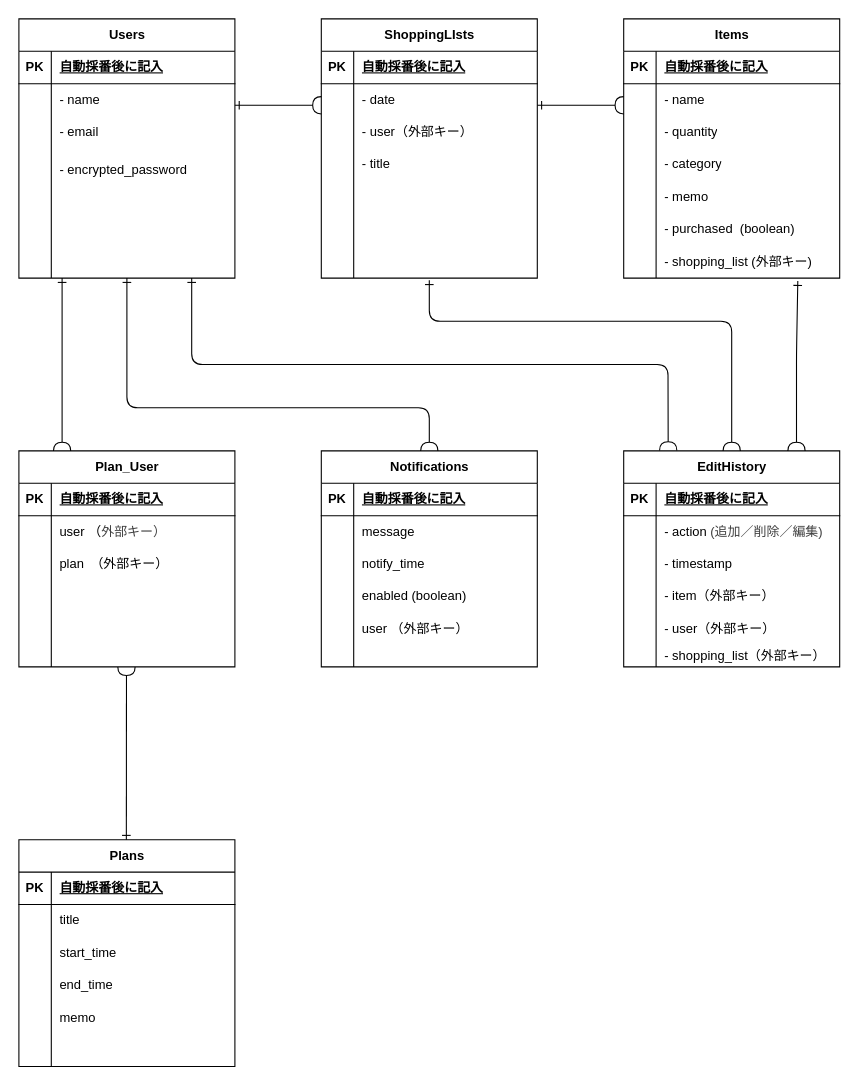
Earlier version of the draw.io diagram ER図.dio (wassyprince/shopping_days). Source tidied: cells renumbered, new cells numbered last; positions are measured from the earlier drawing's top-left corner, leaving out a move shared by most shapes. Both pictures are drawn from the tidied source at 108%, with x=0, y=0 at pixel (18, 18).
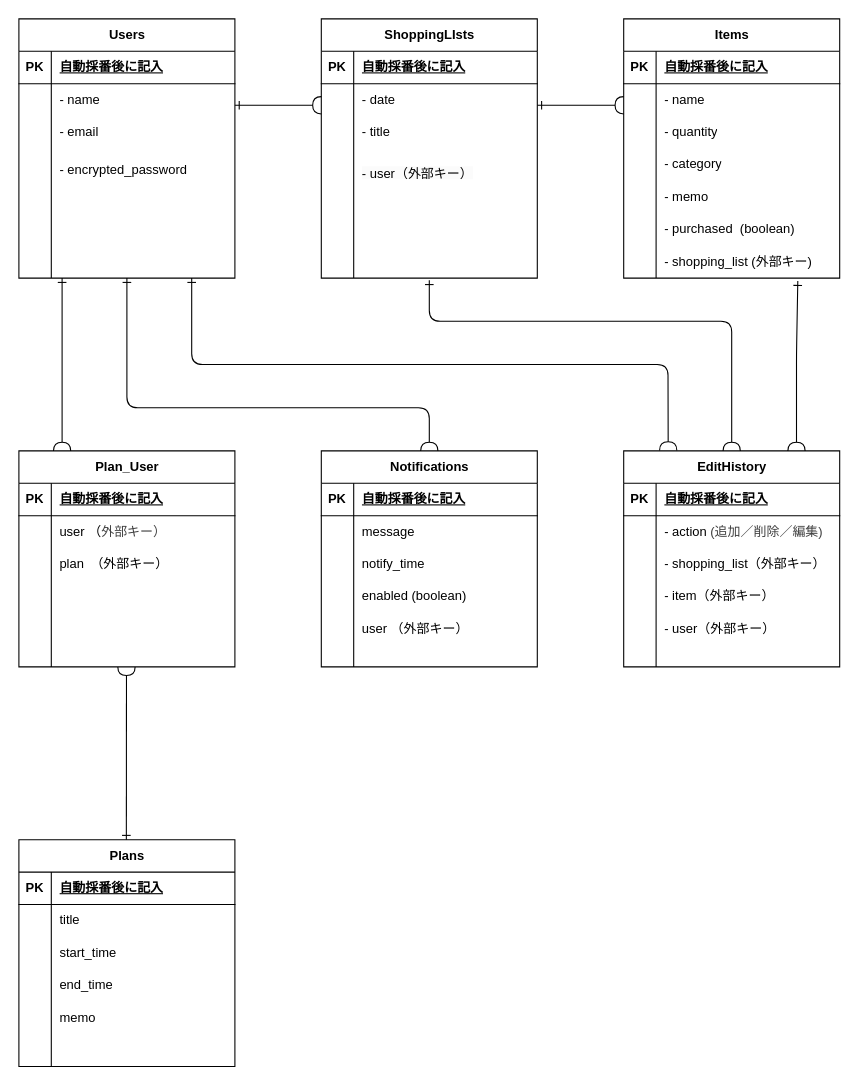
The same page after the edit.

Unchanged cells that the change refers to:
```xml
<mxCell id="47" style="shape=tableRow;horizontal=0;startSize=0;swimlaneHead=0;swimlaneBody=0;fillColor=none;top=0;left=0;right=0;bottom=0;" parent="40" vertex="1">
  <mxGeometry y="90" width="200" height="30" as="geometry" />
</mxCell>
<mxCell id="56" style="shape=tableRow;horizontal=0;startSize=0;swimlaneHead=0;swimlaneBody=0;fillColor=none;top=0;left=0;right=0;bottom=0;" parent="40" vertex="1">
  <mxGeometry y="180" width="200" height="20" as="geometry" />
</mxCell>
<mxCell id="66" style="shape=tableRow;horizontal=0;startSize=0;swimlaneHead=0;swimlaneBody=0;fillColor=none;top=0;left=0;right=0;bottom=0;" parent="59" vertex="1">
  <mxGeometry y="90" width="200" height="30" as="geometry" />
</mxCell>
<mxCell id="69" style="shape=tableRow;horizontal=0;startSize=0;swimlaneHead=0;swimlaneBody=0;fillColor=none;top=0;left=0;right=0;bottom=0;" parent="59" vertex="1">
  <mxGeometry y="120" width="200" height="30" as="geometry" />
</mxCell>
```

What changed in the source:
```diff
@@
-    <mxCell id="49" value="- timestamp" style="shape=partialRectangle;fillColor=none;top=0;left=0;bottom=0;right=0;align=left;spacingLeft=6;overflow=hidden;whiteSpace=wrap;html=1;" parent="47" vertex="1">
+    <mxCell id="49" value="&lt;span style=&quot;color: rgb(0, 0, 0);&quot;&gt;- shopping_list（外部キー）&lt;/span&gt;" style="shape=partialRectangle;fillColor=none;top=0;left=0;bottom=0;right=0;align=left;spacingLeft=6;overflow=hidden;whiteSpace=wrap;html=1;" parent="47" vertex="1">
       <mxGeometry x="30" width="170" height="30" as="geometry" />
     </mxCell>
@@
-    <mxCell id="58" value="- shopping_list（外部キー）" style="shape=partialRectangle;fillColor=none;top=0;left=0;bottom=0;right=0;align=left;spacingLeft=6;overflow=hidden;whiteSpace=wrap;html=1;" parent="56" vertex="1">
+    <mxCell id="58" style="shape=partialRectangle;fillColor=none;top=0;left=0;bottom=0;right=0;align=left;spacingLeft=6;overflow=hidden;whiteSpace=wrap;html=1;" parent="56" vertex="1">
       <mxGeometry x="30" width="170" height="20" as="geometry" />
     </mxCell>
@@
-    <mxCell id="68" value="- user（外部キー）" style="shape=partialRectangle;fillColor=none;top=0;left=0;bottom=0;right=0;align=left;spacingLeft=6;overflow=hidden;whiteSpace=wrap;html=1;" parent="66" vertex="1">
+    <mxCell id="68" value="- title" style="shape=partialRectangle;fillColor=none;top=0;left=0;bottom=0;right=0;align=left;spacingLeft=6;overflow=hidden;whiteSpace=wrap;html=1;" parent="66" vertex="1">
       <mxGeometry x="30" width="170" height="30" as="geometry" />
     </mxCell>
@@
-    <mxCell id="71" value="- title" style="shape=partialRectangle;fillColor=none;top=0;left=0;bottom=0;right=0;align=left;spacingLeft=6;overflow=hidden;whiteSpace=wrap;html=1;" parent="69" vertex="1">
+    <mxCell id="71" value="&#10;&lt;span style=&quot;color: rgb(0, 0, 0); font-family: Helvetica; font-size: 12px; font-style: normal; font-variant-ligatures: normal; font-variant-caps: normal; font-weight: 400; letter-spacing: normal; orphans: 2; text-align: left; text-indent: 0px; text-transform: none; widows: 2; word-spacing: 0px; -webkit-text-stroke-width: 0px; white-space: normal; background-color: rgb(251, 251, 251); text-decoration-thickness: initial; text-decoration-style: initial; text-decoration-color: initial; display: inline !important; float: none;&quot;&gt;- user（外部キー）&lt;/span&gt;&#10;&#10;" style="shape=partialRectangle;fillColor=none;top=0;left=0;bottom=0;right=0;align=left;spacingLeft=6;overflow=hidden;whiteSpace=wrap;html=1;" parent="69" vertex="1">
       <mxGeometry x="30" width="170" height="30" as="geometry" />
     </mxCell>
```
